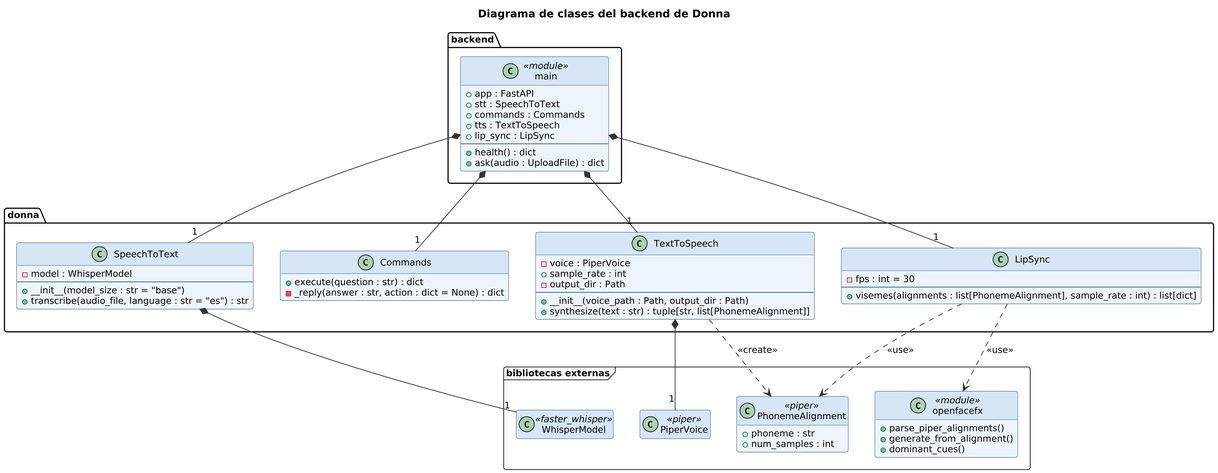
Above: docs/diagramas/clases.png in Nelson360-tech/asistente-virtual-tfg (PlantUML), before the change. Its diagram source:
```plantuml
@startuml
!include comun.iuml
title Diagrama de clases del backend de Donna
hide empty members

package "backend" {
  class main <<module>> {
    + app : FastAPI
    + stt : SpeechToText
    + commands : Commands
    + tts : TextToSpeech
    + lip_sync : LipSync
    --
    + health() : dict
    + ask(audio : UploadFile) : dict
  }
}

package "donna" {
  class SpeechToText {
    - model : WhisperModel
    --
    + __init__(model_size : str = "base")
    + transcribe(audio_file, language : str = "es") : str
  }
  class Commands {
    + execute(question : str) : dict
    - _reply(answer : str, action : dict = None) : dict
  }
  class TextToSpeech {
    - voice : PiperVoice
    + sample_rate : int
    - output_dir : Path
    --
    + __init__(voice_path : Path, output_dir : Path)
    + synthesize(text : str) : tuple[str, list[PhonemeAlignment]]
  }
  class LipSync {
    - fps : int = 30
    --
    + visemes(alignments : list[PhonemeAlignment], sample_rate : int) : list[dict]
  }
}

package "bibliotecas externas" <<Frame>> {
  class WhisperModel <<faster_whisper>>
  class PiperVoice <<piper>>
  class PhonemeAlignment <<piper>> {
    + phoneme : str
    + num_samples : int
  }
  class "openfacefx" as OFX <<module>> {
    + parse_piper_alignments()
    + generate_from_alignment()
    + dominant_cues()
  }
}

main *-- "1" SpeechToText
main *-- "1" Commands
main *-- "1" TextToSpeech
main *-- "1" LipSync

SpeechToText *-- "1" WhisperModel
TextToSpeech *-- "1" PiperVoice
TextToSpeech ..> PhonemeAlignment : <<create>>
LipSync ..> PhonemeAlignment : <<use>>
LipSync ..> OFX : <<use>>
@enduml
```
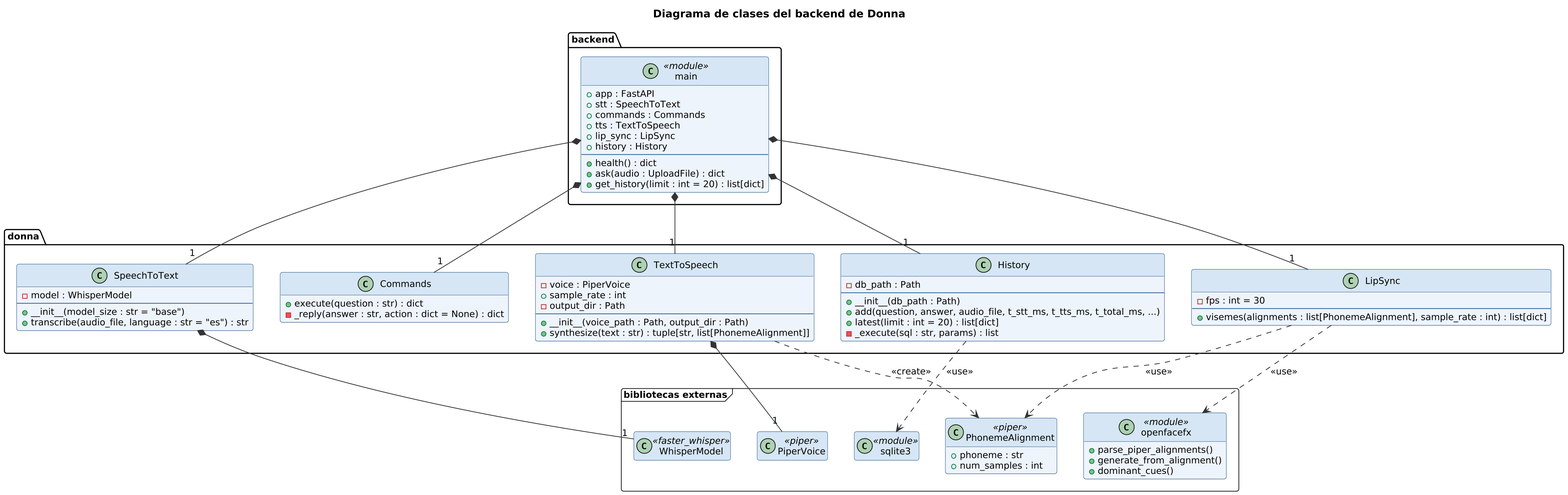
After the change.

Commit message:
Add performance benchmark script and update UML diagrams with History

What changed in the source:
```diff
@@ -10,9 +10,11 @@
     + commands : Commands
     + tts : TextToSpeech
     + lip_sync : LipSync
+    + history : History
     --
     + health() : dict
     + ask(audio : UploadFile) : dict
+    + get_history(limit : int = 20) : list[dict]
   }
 }
 
@@ -35,6 +37,14 @@
     + __init__(voice_path : Path, output_dir : Path)
     + synthesize(text : str) : tuple[str, list[PhonemeAlignment]]
   }
+  class History {
+    - db_path : Path
+    --
+    + __init__(db_path : Path)
+    + add(question, answer, audio_file, t_stt_ms, t_tts_ms, t_total_ms, ...)
+    + latest(limit : int = 20) : list[dict]
+    - _execute(sql : str, params) : list
+  }
   class LipSync {
     - fps : int = 30
     --
@@ -49,6 +59,7 @@
     + phoneme : str
     + num_samples : int
   }
+  class "sqlite3" as SQL <<module>>
   class "openfacefx" as OFX <<module>> {
     + parse_piper_alignments()
     + generate_from_alignment()
@@ -60,10 +71,12 @@
 main *-- "1" Commands
 main *-- "1" TextToSpeech
 main *-- "1" LipSync
+main *-- "1" History
 
 SpeechToText *-- "1" WhisperModel
 TextToSpeech *-- "1" PiperVoice
 TextToSpeech ..> PhonemeAlignment : <<create>>
 LipSync ..> PhonemeAlignment : <<use>>
 LipSync ..> OFX : <<use>>
+History ..> SQL : <<use>>
 @enduml
```
